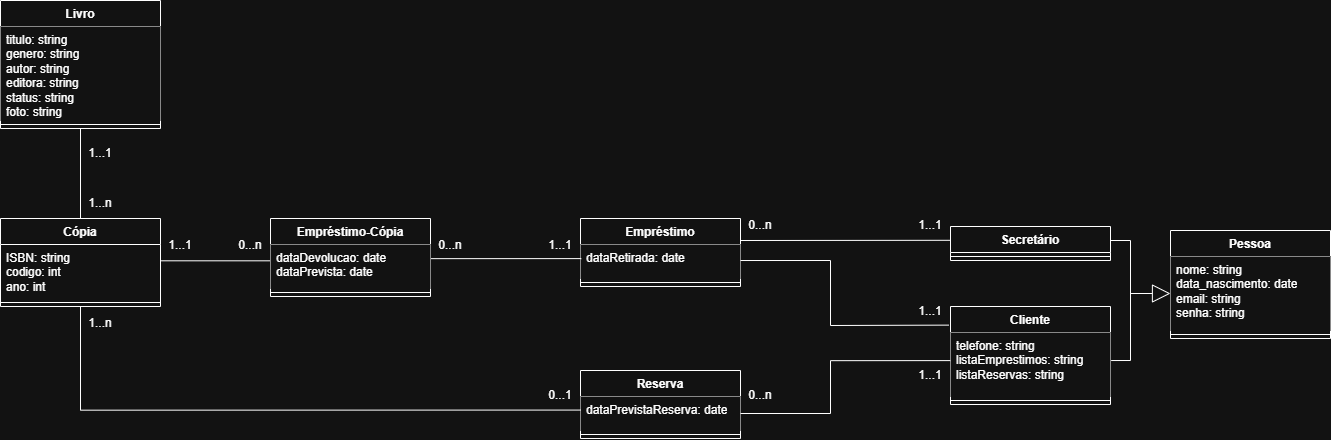
The draw.io diagram diagrama/diagramaBiblioteca.png in triciaaalves/2026-CPPIG-Tricia, before a commit. Source tidied: cells renumbered, new cells last; positions are measured from the earlier drawing's top-left corner, leaving out a move shared by most shapes.
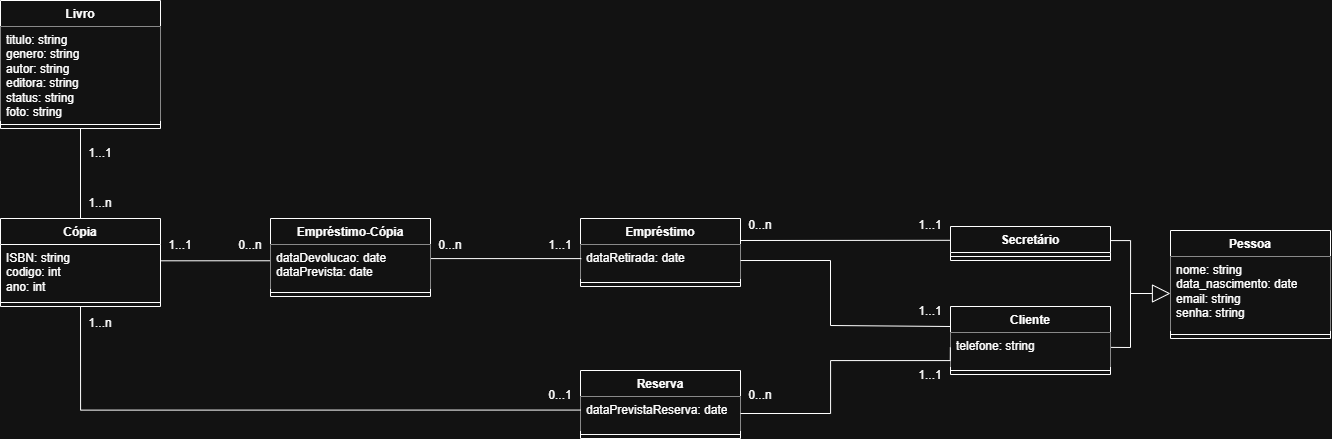
Later version of the same file.

Commit message:
diagrama de classes atualizado

What changed in the source:
```diff
@@ -30,13 +30,13 @@
       <mxGeometry y="120" width="160" height="8" as="geometry" />
     </mxCell>
     <mxCell id="11" value="&lt;div&gt;Cliente&lt;/div&gt;" style="swimlane;fontStyle=1;align=center;verticalAlign=top;horizontal=1;startSize=26;whiteSpace=wrap;html=1;" parent="1" vertex="1">
-      <mxGeometry x="950" y="306" width="160" height="98" as="geometry" />
+      <mxGeometry x="950" y="306" width="160" height="68" as="geometry" />
     </mxCell>
-    <mxCell id="12" value="telefone: string&lt;div&gt;listaEmprestimos: string&lt;/div&gt;&lt;div&gt;listaReservas: string&lt;/div&gt;" style="text;strokeColor=none;fillColor=default;align=left;verticalAlign=top;spacingLeft=4;spacingRight=4;overflow=hidden;points=[[0,0.5],[1,0.5]];portConstraint=eastwest;whiteSpace=wrap;html=1;" parent="11" vertex="1">
-      <mxGeometry y="26" width="160" height="64" as="geometry" />
+    <mxCell id="12" value="telefone: string" style="text;strokeColor=none;fillColor=default;align=left;verticalAlign=top;spacingLeft=4;spacingRight=4;overflow=hidden;points=[[0,0.5],[1,0.5]];portConstraint=eastwest;whiteSpace=wrap;html=1;" parent="11" vertex="1">
+      <mxGeometry y="26" width="160" height="34" as="geometry" />
     </mxCell>
     <mxCell id="13" style="line;strokeWidth=1;fillColor=none;align=left;verticalAlign=middle;spacingTop=-1;spacingLeft=3;spacingRight=3;labelPosition=right;strokeColor=inherit;" parent="11" vertex="1">
-      <mxGeometry y="90" width="160" height="8" as="geometry" />
+      <mxGeometry y="60" width="160" height="8" as="geometry" />
     </mxCell>
     <mxCell id="14" value="&lt;div&gt;Secretário&lt;/div&gt;" style="swimlane;fontStyle=1;align=center;verticalAlign=top;horizontal=1;startSize=26;whiteSpace=wrap;html=1;" parent="1" vertex="1">
       <mxGeometry x="950" y="226" width="160" height="34" as="geometry" />
@@ -80,7 +80,7 @@
         </Array>
       </mxGeometry>
     </mxCell>
-    <mxCell id="23" style="endArrow=none;html=1;rounded=0;exitX=1;exitY=0.471;exitDx=0;exitDy=0;entryX=-0.011;entryY=0.19;entryDx=0;entryDy=0;entryPerimeter=0;exitPerimeter=0;" parent="1" edge="1" source="6" target="11">
+    <mxCell id="23" style="endArrow=none;html=1;rounded=0;exitX=1;exitY=0.471;exitDx=0;exitDy=0;entryX=1;entryY=1;entryDx=0;entryDy=0;exitPerimeter=0;" parent="1" edge="1" source="6" target="31">
       <mxGeometry relative="1" as="geometry">
         <Array as="points">
           <mxPoint x="830" y="260" />
@@ -155,7 +155,7 @@
       <mxGeometry relative="1" as="geometry">
         <mxPoint x="1130" y="290" as="targetPoint" />
         <Array as="points">
-          <mxPoint x="1130" y="360" />
+          <mxPoint x="1130" y="347" />
         </Array>
       </mxGeometry>
     </mxCell>
```
